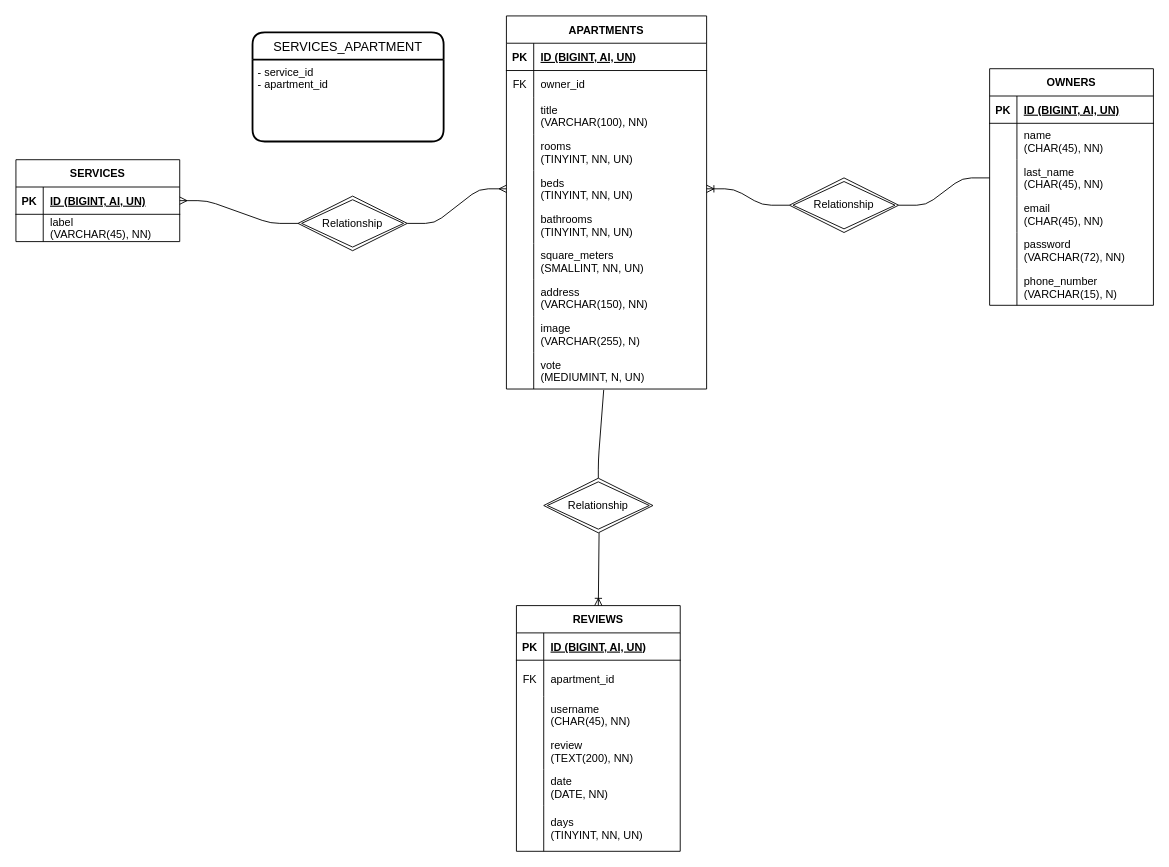
Earlier version of the draw.io diagram database/schema_db.drawio (deca-francesco/pjw-t5-boolbnb). Source tidied: cells renumbered, new cells numbered last; positions are measured from the earlier drawing's top-left corner, leaving out a move shared by most shapes. Both pictures are drawn from the tidied source at 91%, with x=0, y=0 at pixel (15, 15).
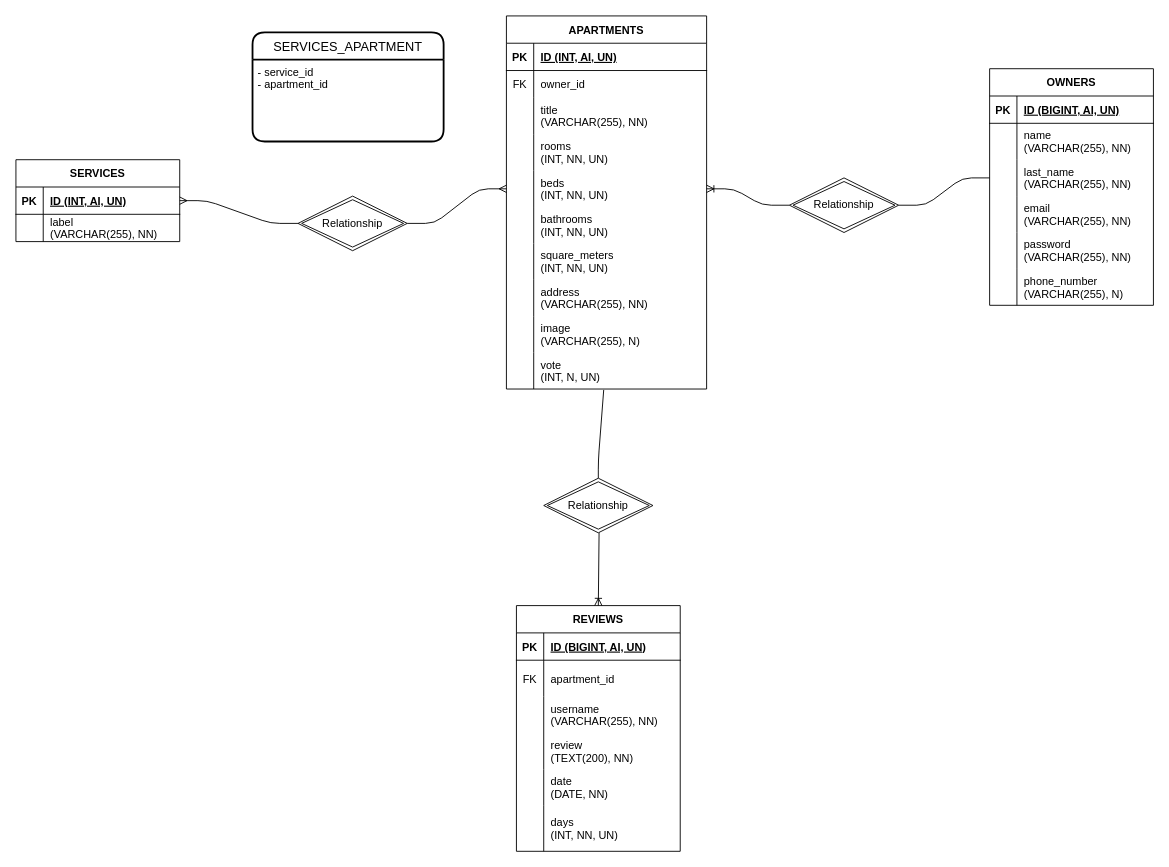
After the change.

Unchanged cells that the change refers to:
```xml
<mxCell id="3" style="shape=tableRow;horizontal=0;startSize=0;swimlaneHead=0;swimlaneBody=0;fillColor=none;top=0;left=0;right=0;bottom=1;" parent="2" vertex="1">
  <mxGeometry y="30" width="220" height="30" as="geometry" />
</mxCell>
<mxCell id="9" style="shape=tableRow;horizontal=0;startSize=0;swimlaneHead=0;swimlaneBody=0;fillColor=none;top=0;left=0;right=0;bottom=0;" parent="2" vertex="1">
  <mxGeometry y="90" width="220" height="40" as="geometry" />
</mxCell>
<mxCell id="12" style="shape=tableRow;horizontal=0;startSize=0;swimlaneHead=0;swimlaneBody=0;fillColor=none;top=0;left=0;right=0;bottom=0;" parent="2" vertex="1">
  <mxGeometry y="130" width="220" height="40" as="geometry" />
</mxCell>
<mxCell id="15" style="shape=tableRow;horizontal=0;startSize=0;swimlaneHead=0;swimlaneBody=0;fillColor=none;points=[[0,0.5],[1,0.5]];portConstraint=eastwest;top=0;left=0;right=0;bottom=0;" parent="2" vertex="1">
  <mxGeometry y="170" width="220" height="40" as="geometry" />
</mxCell>
<mxCell id="18" style="shape=tableRow;horizontal=0;startSize=0;swimlaneHead=0;swimlaneBody=0;fillColor=none;top=0;left=0;right=0;bottom=0;" parent="2" vertex="1">
  <mxGeometry y="210" width="220" height="40" as="geometry" />
</mxCell>
<mxCell id="21" style="shape=tableRow;horizontal=0;startSize=0;swimlaneHead=0;swimlaneBody=0;fillColor=none;top=0;left=0;right=0;bottom=0;" parent="2" vertex="1">
  <mxGeometry y="250" width="220" height="40" as="geometry" />
</mxCell>
<mxCell id="24" style="shape=tableRow;horizontal=0;startSize=0;swimlaneHead=0;swimlaneBody=0;fillColor=none;top=0;left=0;right=0;bottom=0;" parent="2" vertex="1">
  <mxGeometry y="290" width="220" height="40" as="geometry" />
</mxCell>
<mxCell id="30" style="shape=tableRow;horizontal=0;startSize=0;swimlaneHead=0;swimlaneBody=0;fillColor=none;points=[[0,0.5],[1,0.5]];portConstraint=eastwest;top=0;left=0;right=0;bottom=0;" parent="2" vertex="1">
  <mxGeometry y="370" width="220" height="40" as="geometry" />
</mxCell>
<mxCell id="37" style="shape=tableRow;horizontal=0;startSize=0;swimlaneHead=0;swimlaneBody=0;fillColor=none;top=0;left=0;right=0;bottom=0;" parent="33" vertex="1">
  <mxGeometry y="60" width="180" height="40" as="geometry" />
</mxCell>
<mxCell id="40" style="shape=tableRow;horizontal=0;startSize=0;swimlaneHead=0;swimlaneBody=0;fillColor=none;points=[[0,0.5],[1,0.5]];portConstraint=eastwest;top=0;left=0;right=0;bottom=0;" parent="33" vertex="1">
  <mxGeometry y="100" width="180" height="40" as="geometry" />
</mxCell>
<mxCell id="43" style="shape=tableRow;horizontal=0;startSize=0;swimlaneHead=0;swimlaneBody=0;fillColor=none;top=0;left=0;right=0;bottom=0;" parent="33" vertex="1">
  <mxGeometry y="140" width="180" height="40" as="geometry" />
</mxCell>
<mxCell id="46" style="shape=tableRow;horizontal=0;startSize=0;swimlaneHead=0;swimlaneBody=0;fillColor=none;top=0;left=0;right=0;bottom=0;" parent="33" vertex="1">
  <mxGeometry y="180" width="180" height="40" as="geometry" />
</mxCell>
<mxCell id="49" style="shape=tableRow;horizontal=0;startSize=0;swimlaneHead=0;swimlaneBody=0;fillColor=none;top=0;left=0;right=0;bottom=0;" parent="33" vertex="1">
  <mxGeometry y="220" width="180" height="40" as="geometry" />
</mxCell>
<mxCell id="56" style="shape=tableRow;horizontal=0;startSize=0;swimlaneHead=0;swimlaneBody=0;fillColor=none;points=[[0,0.5],[1,0.5]];portConstraint=eastwest;top=0;left=0;right=0;bottom=1;" parent="55" vertex="1">
  <mxGeometry y="30" width="180" height="30" as="geometry" />
</mxCell>
<mxCell id="59" style="shape=tableRow;horizontal=0;startSize=0;swimlaneHead=0;swimlaneBody=0;fillColor=none;top=0;left=0;right=0;bottom=0;" parent="55" vertex="1">
  <mxGeometry y="60" width="180" height="30" as="geometry" />
</mxCell>
<mxCell id="75" style="shape=tableRow;horizontal=0;startSize=0;swimlaneHead=0;swimlaneBody=0;fillColor=none;top=0;left=0;right=0;bottom=0;" parent="68" vertex="1">
  <mxGeometry y="100" width="180" height="40" as="geometry" />
</mxCell>
<mxCell id="84" style="shape=tableRow;horizontal=0;startSize=0;swimlaneHead=0;swimlaneBody=0;fillColor=none;top=0;left=0;right=0;bottom=0;" parent="68" vertex="1">
  <mxGeometry y="220" width="180" height="50" as="geometry" />
</mxCell>
```

What changed in the source:
```diff
@@
-    <mxCell id="5" value="ID (BIGINT, AI, UN)" style="shape=partialRectangle;fillColor=none;top=0;left=0;bottom=0;right=0;align=left;spacingLeft=6;fontStyle=5;overflow=hidden;" parent="3" vertex="1">
+    <mxCell id="5" value="ID (INT, AI, UN)" style="shape=partialRectangle;fillColor=none;top=0;left=0;bottom=0;right=0;align=left;spacingLeft=6;fontStyle=5;overflow=hidden;" parent="3" vertex="1">
       <mxGeometry x="30" width="190" height="30" as="geometry" />
     </mxCell>
@@
-    <mxCell id="11" value="title&#10;(VARCHAR(100), NN)" style="shape=partialRectangle;fillColor=none;top=0;left=0;bottom=0;right=0;align=left;spacingLeft=6;overflow=hidden;" parent="9" vertex="1">
+    <mxCell id="11" value="title&#10;(VARCHAR(255), NN)" style="shape=partialRectangle;fillColor=none;top=0;left=0;bottom=0;right=0;align=left;spacingLeft=6;overflow=hidden;" parent="9" vertex="1">
       <mxGeometry x="30" width="190" height="40" as="geometry" />
     </mxCell>
@@
-    <mxCell id="14" value="rooms&#10;(TINYINT, NN, UN)" style="shape=partialRectangle;fillColor=none;top=0;left=0;bottom=0;right=0;align=left;spacingLeft=6;overflow=hidden;" parent="12" vertex="1">
+    <mxCell id="14" value="rooms&#10;(INT, NN, UN)" style="shape=partialRectangle;fillColor=none;top=0;left=0;bottom=0;right=0;align=left;spacingLeft=6;overflow=hidden;" parent="12" vertex="1">
       <mxGeometry x="30" width="190" height="40" as="geometry" />
     </mxCell>
@@
-    <mxCell id="17" value="beds&#10;(TINYINT, NN, UN)" style="shape=partialRectangle;fillColor=none;top=0;left=0;bottom=0;right=0;align=left;spacingLeft=6;overflow=hidden;" parent="15" vertex="1">
+    <mxCell id="17" value="beds&#10;(INT, NN, UN)" style="shape=partialRectangle;fillColor=none;top=0;left=0;bottom=0;right=0;align=left;spacingLeft=6;overflow=hidden;" parent="15" vertex="1">
       <mxGeometry x="30" width="190" height="40" as="geometry" />
     </mxCell>
@@
-    <mxCell id="20" value="bathrooms&#10;(TINYINT, NN, UN)" style="shape=partialRectangle;fillColor=none;top=0;left=0;bottom=0;right=0;align=left;spacingLeft=6;overflow=hidden;" parent="18" vertex="1">
+    <mxCell id="20" value="bathrooms&#10;(INT, NN, UN)" style="shape=partialRectangle;fillColor=none;top=0;left=0;bottom=0;right=0;align=left;spacingLeft=6;overflow=hidden;" parent="18" vertex="1">
       <mxGeometry x="30" width="190" height="40" as="geometry" />
     </mxCell>
@@
-    <mxCell id="23" value="square_meters&#10;(SMALLINT, NN, UN)" style="shape=partialRectangle;fillColor=none;top=0;left=0;bottom=0;right=0;align=left;spacingLeft=6;overflow=hidden;" parent="21" vertex="1">
+    <mxCell id="23" value="square_meters&#10;(INT, NN, UN)" style="shape=partialRectangle;fillColor=none;top=0;left=0;bottom=0;right=0;align=left;spacingLeft=6;overflow=hidden;" parent="21" vertex="1">
       <mxGeometry x="30" width="190" height="40" as="geometry" />
     </mxCell>
@@
-    <mxCell id="26" value="address&#10;(VARCHAR(150), NN)" style="shape=partialRectangle;fillColor=none;top=0;left=0;bottom=0;right=0;align=left;spacingLeft=6;overflow=hidden;" parent="24" vertex="1">
+    <mxCell id="26" value="address&#10;(VARCHAR(255), NN)" style="shape=partialRectangle;fillColor=none;top=0;left=0;bottom=0;right=0;align=left;spacingLeft=6;overflow=hidden;" parent="24" vertex="1">
       <mxGeometry x="30" width="190" height="40" as="geometry" />
     </mxCell>
@@
-    <mxCell id="32" value="vote&#10;(MEDIUMINT, N, UN)" style="shape=partialRectangle;fillColor=none;top=0;left=0;bottom=0;right=0;align=left;spacingLeft=6;overflow=hidden;" parent="30" vertex="1">
+    <mxCell id="32" value="vote&#10;(INT, N, UN)" style="shape=partialRectangle;fillColor=none;top=0;left=0;bottom=0;right=0;align=left;spacingLeft=6;overflow=hidden;" parent="30" vertex="1">
       <mxGeometry x="30" width="190" height="40" as="geometry" />
     </mxCell>
@@
-    <mxCell id="39" value="name&#10;(CHAR(45), NN)" style="shape=partialRectangle;fillColor=none;top=0;left=0;bottom=0;right=0;align=left;spacingLeft=6;overflow=hidden;" parent="37" vertex="1">
+    <mxCell id="39" value="name&#10;(VARCHAR(255), NN)" style="shape=partialRectangle;fillColor=none;top=0;left=0;bottom=0;right=0;align=left;spacingLeft=6;overflow=hidden;" parent="37" vertex="1">
       <mxGeometry x="30" width="150" height="40" as="geometry" />
     </mxCell>
@@
-    <mxCell id="42" value="last_name&#10;(CHAR(45), NN)" style="shape=partialRectangle;fillColor=none;top=0;left=0;bottom=0;right=0;align=left;spacingLeft=6;overflow=hidden;" parent="40" vertex="1">
+    <mxCell id="42" value="last_name&#10;(VARCHAR(255), NN)" style="shape=partialRectangle;fillColor=none;top=0;left=0;bottom=0;right=0;align=left;spacingLeft=6;overflow=hidden;" parent="40" vertex="1">
       <mxGeometry x="30" width="150" height="40" as="geometry" />
     </mxCell>
@@
-    <mxCell id="45" value="email&#10;(CHAR(45), NN)" style="shape=partialRectangle;fillColor=none;top=0;left=0;bottom=0;right=0;align=left;spacingLeft=6;overflow=hidden;" parent="43" vertex="1">
+    <mxCell id="45" value="email&#10;(VARCHAR(255), NN)" style="shape=partialRectangle;fillColor=none;top=0;left=0;bottom=0;right=0;align=left;spacingLeft=6;overflow=hidden;" parent="43" vertex="1">
       <mxGeometry x="30" width="150" height="40" as="geometry" />
     </mxCell>
@@
-    <mxCell id="48" value="password&#10;(VARCHAR(72), NN)" style="shape=partialRectangle;fillColor=none;top=0;left=0;bottom=0;right=0;align=left;spacingLeft=6;overflow=hidden;" parent="46" vertex="1">
+    <mxCell id="48" value="password&#10;(VARCHAR(255), NN)" style="shape=partialRectangle;fillColor=none;top=0;left=0;bottom=0;right=0;align=left;spacingLeft=6;overflow=hidden;" parent="46" vertex="1">
       <mxGeometry x="30" width="150" height="40" as="geometry" />
     </mxCell>
@@
-    <mxCell id="51" value="phone_number&#10;(VARCHAR(15), N)" style="shape=partialRectangle;fillColor=none;top=0;left=0;bottom=0;right=0;align=left;spacingLeft=6;overflow=hidden;" parent="49" vertex="1">
+    <mxCell id="51" value="phone_number&#10;(VARCHAR(255), N)" style="shape=partialRectangle;fillColor=none;top=0;left=0;bottom=0;right=0;align=left;spacingLeft=6;overflow=hidden;" parent="49" vertex="1">
       <mxGeometry x="30" width="150" height="40" as="geometry" />
     </mxCell>
@@
-    <mxCell id="58" value="ID (BIGINT, AI, UN)" style="shape=partialRectangle;fillColor=none;top=0;left=0;bottom=0;right=0;align=left;spacingLeft=6;fontStyle=5;overflow=hidden;" parent="56" vertex="1">
+    <mxCell id="58" value="ID (INT, AI, UN)" style="shape=partialRectangle;fillColor=none;top=0;left=0;bottom=0;right=0;align=left;spacingLeft=6;fontStyle=5;overflow=hidden;" parent="56" vertex="1">
       <mxGeometry x="30" width="150" height="30" as="geometry" />
     </mxCell>
@@
-    <mxCell id="61" value="label &#10;(VARCHAR(45), NN)" style="shape=partialRectangle;fillColor=none;top=0;left=0;bottom=0;right=0;align=left;spacingLeft=6;overflow=hidden;" parent="59" vertex="1">
+    <mxCell id="61" value="label &#10;(VARCHAR(255), NN)" style="shape=partialRectangle;fillColor=none;top=0;left=0;bottom=0;right=0;align=left;spacingLeft=6;overflow=hidden;" parent="59" vertex="1">
       <mxGeometry x="30" width="150" height="30" as="geometry" />
     </mxCell>
@@
-    <mxCell id="77" value="username&#10;(CHAR(45), NN)" style="shape=partialRectangle;fillColor=none;top=0;left=0;bottom=0;right=0;align=left;spacingLeft=6;overflow=hidden;" parent="75" vertex="1">
+    <mxCell id="77" value="username&#10;(VARCHAR(255), NN)" style="shape=partialRectangle;fillColor=none;top=0;left=0;bottom=0;right=0;align=left;spacingLeft=6;overflow=hidden;" parent="75" vertex="1">
       <mxGeometry x="30" width="150" height="40" as="geometry" />
     </mxCell>
@@
-    <mxCell id="86" value="days&#10;(TINYINT, NN, UN)" style="shape=partialRectangle;fillColor=none;top=0;left=0;bottom=0;right=0;align=left;spacingLeft=6;overflow=hidden;" parent="84" vertex="1">
+    <mxCell id="86" value="days&#10;(INT, NN, UN)" style="shape=partialRectangle;fillColor=none;top=0;left=0;bottom=0;right=0;align=left;spacingLeft=6;overflow=hidden;" parent="84" vertex="1">
       <mxGeometry x="30" width="150" height="50" as="geometry" />
     </mxCell>
```
